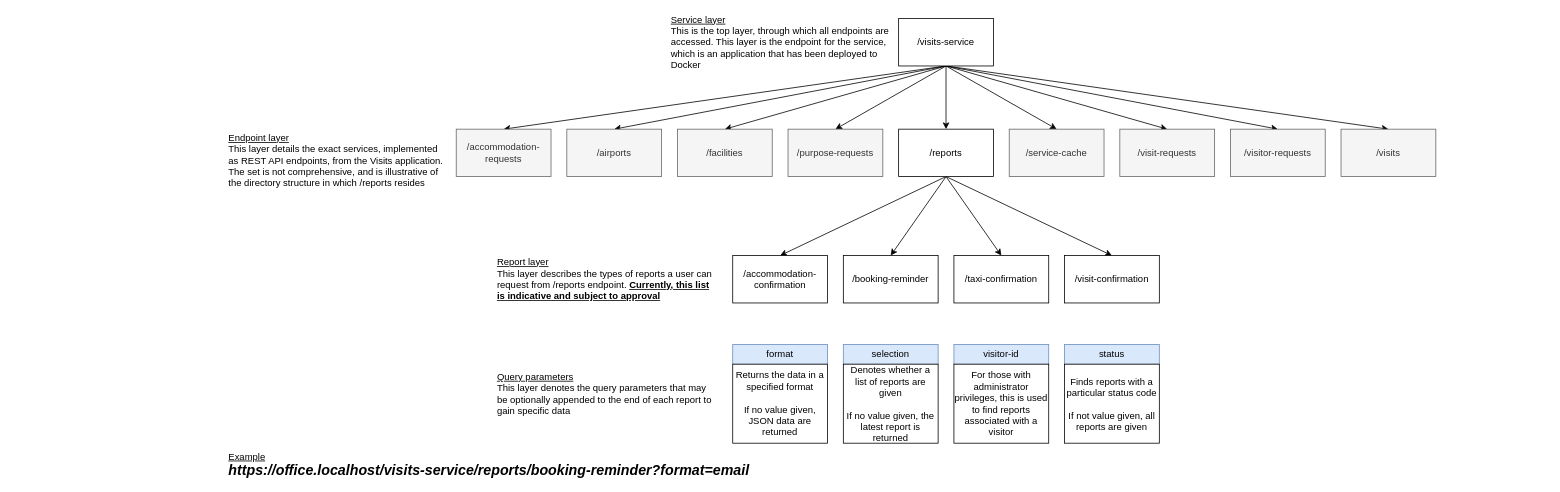
Above: Service URL hierarchy.drawio in ambolt314/FinalProjectDesign (draw.io), before the change. Source tidied: cells renumbered, new cells numbered last; positions are measured from the earlier drawing's top-left corner, leaving out a move shared by most shapes. Both pictures are drawn from the tidied source at 79%, with x=0, y=0 at pixel (227, 18).
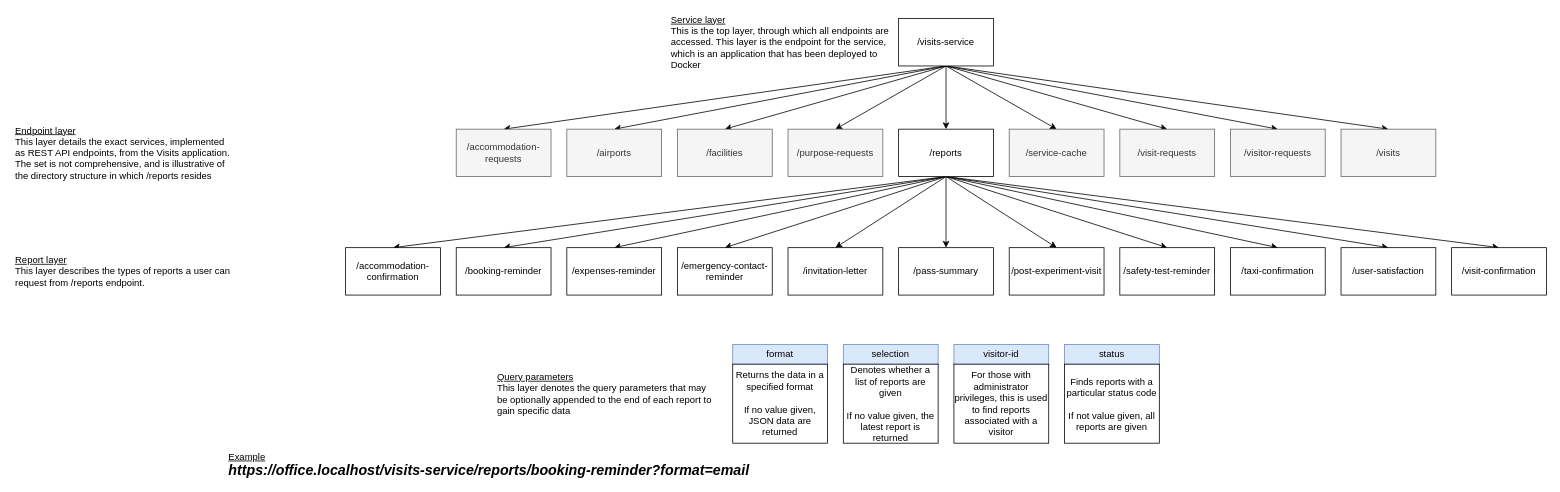
The same diagram, later.

Commit message:
Updated design with approved reports

Unchanged cells that the change refers to:
```xml
<mxCell id="17" value="/reports" style="rounded=0;whiteSpace=wrap;html=1;" parent="1" vertex="1">
  <mxGeometry x="850" y="140" width="120" height="60" as="geometry" />
</mxCell>
```

Diff of the diagram source:
```diff
@@
+    <mxCell id="46" style="rounded=0;jettySize=auto;html=1;entryX=0.5;entryY=0;entryDx=0;entryDy=0;" parent="1" edge="1" target="53">
+      <mxGeometry relative="1" as="geometry">
+        <mxPoint x="910" y="200" as="sourcePoint" />
+      </mxGeometry>
+    </mxCell>
+    <mxCell id="47" style="rounded=0;jettySize=auto;html=1;entryX=0.5;entryY=0;entryDx=0;entryDy=0;exitX=0.5;exitY=1;exitDx=0;exitDy=0;" parent="1" edge="1" source="17" target="54">
+      <mxGeometry relative="1" as="geometry" />
+    </mxCell>
+    <mxCell id="48" style="edgeStyle=none;rounded=0;jettySize=auto;html=1;entryX=0.5;entryY=0;entryDx=0;entryDy=0;exitX=0.5;exitY=1;exitDx=0;exitDy=0;" parent="1" edge="1" source="17" target="58">
+      <mxGeometry relative="1" as="geometry" />
+    </mxCell>
+    <mxCell id="49" style="edgeStyle=none;rounded=0;jettySize=auto;html=1;entryX=0.5;entryY=0;entryDx=0;entryDy=0;exitX=0.5;exitY=1;exitDx=0;exitDy=0;" parent="1" edge="1" source="17" target="55">
+      <mxGeometry relative="1" as="geometry" />
+    </mxCell>
+    <mxCell id="50" style="edgeStyle=none;rounded=0;jettySize=auto;html=1;entryX=0.5;entryY=0;entryDx=0;entryDy=0;exitX=0.5;exitY=1;exitDx=0;exitDy=0;" parent="1" edge="1" source="17" target="56">
+      <mxGeometry relative="1" as="geometry" />
+    </mxCell>
+    <mxCell id="51" style="edgeStyle=none;rounded=0;jettySize=auto;html=1;entryX=0.5;entryY=0;entryDx=0;entryDy=0;exitX=0.5;exitY=1;exitDx=0;exitDy=0;" parent="1" edge="1" source="17" target="57">
+      <mxGeometry relative="1" as="geometry" />
+    </mxCell>
+    <mxCell id="52" style="edgeStyle=none;rounded=0;jettySize=auto;html=1;entryX=0.5;entryY=0;entryDx=0;entryDy=0;exitX=0.5;exitY=1;exitDx=0;exitDy=0;" parent="1" edge="1" source="17" target="59">
+      <mxGeometry relative="1" as="geometry" />
+    </mxCell>
@@
     <mxCell id="18" value="/visit-confirmation" style="rounded=0;whiteSpace=wrap;html=1;" parent="1" vertex="1">
-      <mxGeometry x="1060" y="300" width="120" height="60" as="geometry" />
+      <mxGeometry x="1550" y="290" width="120" height="60" as="geometry" />
     </mxCell>
@@
     <mxCell id="26" value="/taxi-confirmation" style="rounded=0;whiteSpace=wrap;html=1;" parent="1" vertex="1">
-      <mxGeometry x="920" y="300" width="120" height="60" as="geometry" />
+      <mxGeometry x="1270" y="290" width="120" height="60" as="geometry" />
     </mxCell>
     <mxCell id="27" value="/booking-reminder" style="rounded=0;whiteSpace=wrap;html=1;" parent="1" vertex="1">
-      <mxGeometry x="780" y="300" width="120" height="60" as="geometry" />
+      <mxGeometry x="290" y="290" width="120" height="60" as="geometry" />
     </mxCell>
@@
-    <mxCell id="29" value="&lt;u&gt;Report layer&lt;br&gt;&lt;/u&gt;&lt;div align=&quot;left&quot;&gt;This layer describes the types of reports a user can request from /reports endpoint. &lt;b&gt;&lt;u&gt;Currently, this list is indicative and subject to approval&lt;/u&gt;&lt;/b&gt;&lt;br&gt;&lt;/div&gt;" style="text;html=1;align=left;verticalAlign=middle;whiteSpace=wrap;rounded=0;" parent="1" vertex="1">
-      <mxGeometry x="340" y="315" width="280" height="30" as="geometry" />
+    <mxCell id="29" value="&lt;u&gt;Report layer&lt;br&gt;&lt;/u&gt;&lt;div align=&quot;left&quot;&gt;This layer describes the types of reports a user can request from /reports endpoint.&lt;br&gt;&lt;/div&gt;" style="text;html=1;align=left;verticalAlign=middle;whiteSpace=wrap;rounded=0;" parent="1" vertex="1">
+      <mxGeometry x="-270" y="305" width="280" height="30" as="geometry" />
     </mxCell>
     <mxCell id="30" value="/accommodation-confirmation" style="rounded=0;whiteSpace=wrap;html=1;" parent="1" vertex="1">
-      <mxGeometry x="640" y="300" width="120" height="60" as="geometry" />
+      <mxGeometry x="150" y="290" width="120" height="60" as="geometry" />
     </mxCell>
     <mxCell id="31" value="&lt;u&gt;Endpoint layer&lt;/u&gt;&lt;div align=&quot;left&quot;&gt;This layer details the exact services, implemented as REST API endpoints, from the Visits application. The set is not comprehensive, and is illustrative of the directory structure in which /reports resides&lt;br&gt;&lt;/div&gt;" style="text;html=1;align=left;verticalAlign=middle;whiteSpace=wrap;rounded=0;" parent="1" vertex="1">
-      <mxGeometry y="165" width="280" height="30" as="geometry" />
+      <mxGeometry x="-270" y="155" width="280" height="30" as="geometry" />
     </mxCell>
@@
+    <mxCell id="53" value="/expenses-reminder" style="rounded=0;whiteSpace=wrap;html=1;" parent="1" vertex="1">
+      <mxGeometry x="430" y="290" width="120" height="60" as="geometry" />
+    </mxCell>
+    <mxCell id="54" value="/invitation-letter" style="rounded=0;whiteSpace=wrap;html=1;" parent="1" vertex="1">
+      <mxGeometry x="710" y="290" width="120" height="60" as="geometry" />
+    </mxCell>
+    <mxCell id="55" value="/pass-summary" style="rounded=0;whiteSpace=wrap;html=1;" parent="1" vertex="1">
+      <mxGeometry x="850" y="290" width="120" height="60" as="geometry" />
+    </mxCell>
+    <mxCell id="56" value="/post-experiment-visit" style="rounded=0;whiteSpace=wrap;html=1;" parent="1" vertex="1">
+      <mxGeometry x="990" y="290" width="120" height="60" as="geometry" />
+    </mxCell>
+    <mxCell id="57" value="/safety-test-reminder" style="rounded=0;whiteSpace=wrap;html=1;" parent="1" vertex="1">
+      <mxGeometry x="1130" y="290" width="120" height="60" as="geometry" />
+    </mxCell>
+    <mxCell id="58" value="/emergency-contact-reminder" style="rounded=0;whiteSpace=wrap;html=1;" parent="1" vertex="1">
+      <mxGeometry x="570" y="290" width="120" height="60" as="geometry" />
+    </mxCell>
+    <mxCell id="59" value="/user-satisfaction" style="rounded=0;whiteSpace=wrap;html=1;" parent="1" vertex="1">
+      <mxGeometry x="1410" y="290" width="120" height="60" as="geometry" />
+    </mxCell>
```
